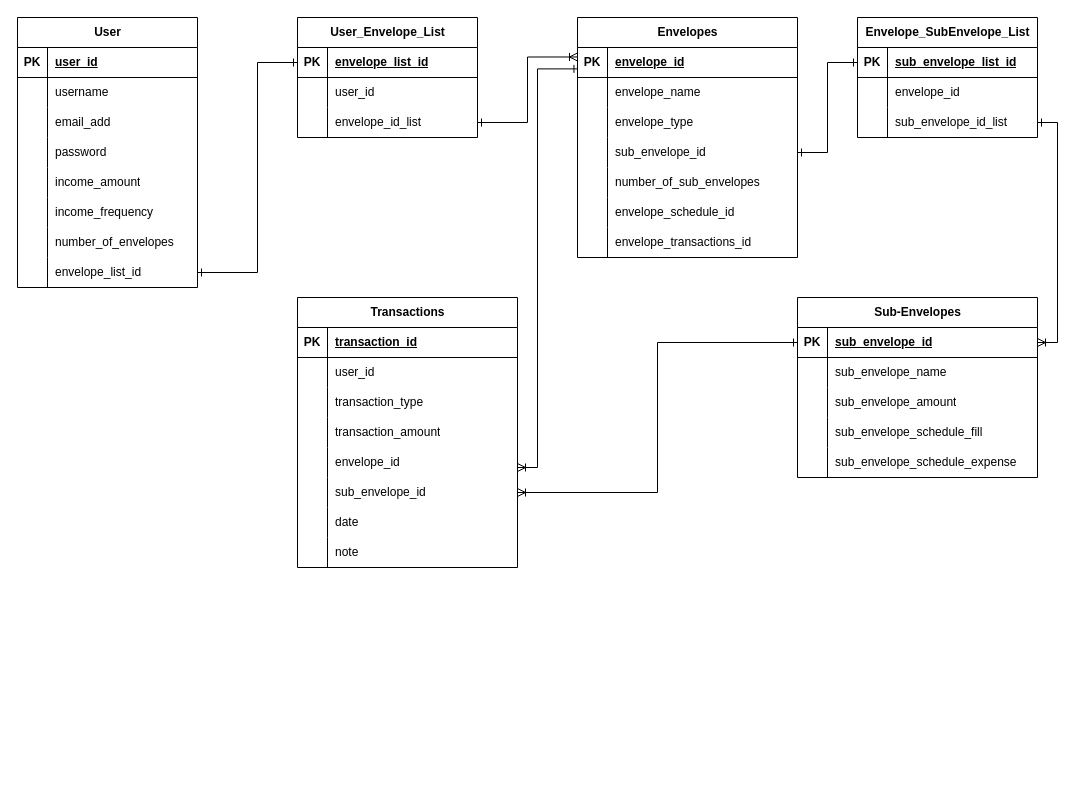
The draw.io diagram ChiBao_v1.drawio in mawi-delosreyes/Trakua, before the edit. Source tidied: cells renumbered, new cells numbered last; positions are measured from the earlier drawing's top-left corner, leaving out a move shared by most shapes. Both pictures are drawn from the tidied source at 100%, with x=0, y=0 at pixel (17, 17).
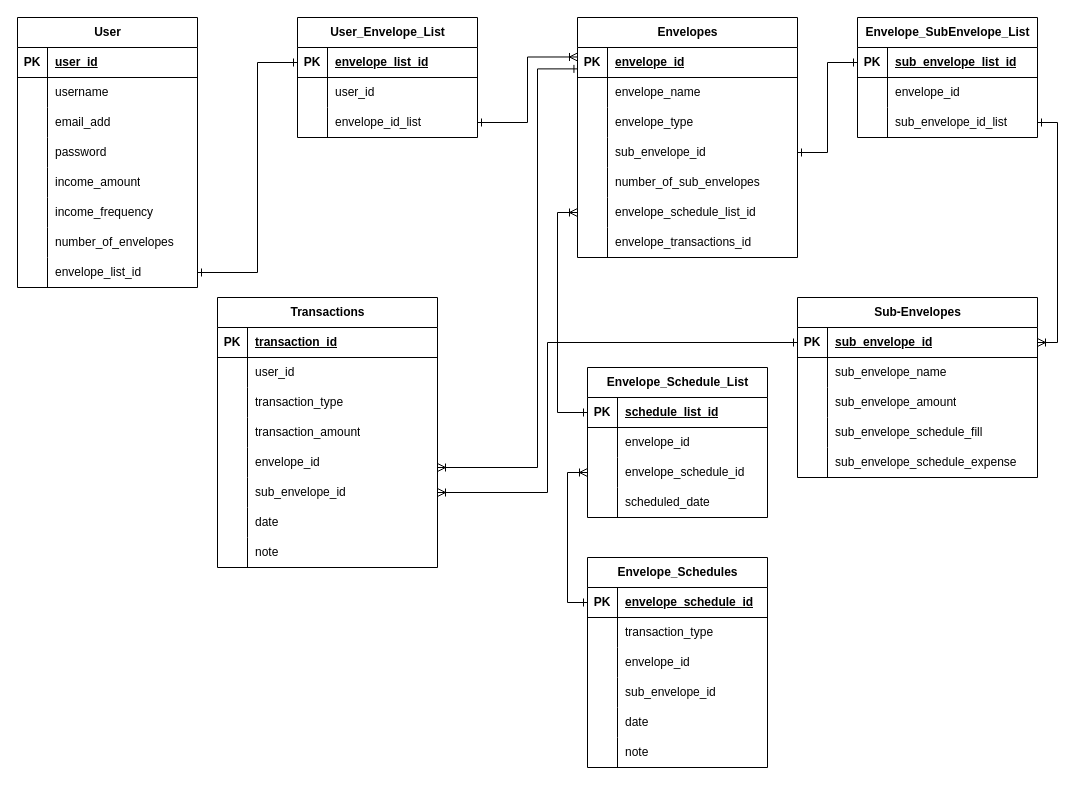
After the change.

Commit message:
Added Scheduled Transaction table

The change refers to these unchanged cells:
```xml
<mxCell id="28" style="shape=tableRow;horizontal=0;startSize=0;swimlaneHead=0;swimlaneBody=0;fillColor=none;points=[[0,0.5],[1,0.5]];portConstraint=eastwest;top=0;left=0;right=0;bottom=1;" parent="27" vertex="1">
  <mxGeometry y="30" width="220" height="30" as="geometry" />
</mxCell>
<mxCell id="43" style="shape=tableRow;horizontal=0;startSize=0;swimlaneHead=0;swimlaneBody=0;fillColor=none;points=[[0,0.5],[1,0.5]];portConstraint=eastwest;top=0;left=0;right=0;bottom=0;" parent="27" vertex="1">
  <mxGeometry y="180" width="220" height="30" as="geometry" />
</mxCell>
<mxCell id="50" style="shape=tableRow;horizontal=0;startSize=0;swimlaneHead=0;swimlaneBody=0;fillColor=none;points=[[0,0.5],[1,0.5]];portConstraint=eastwest;top=0;left=0;right=0;bottom=1;" parent="49" vertex="1">
  <mxGeometry y="30" width="240" height="30" as="geometry" />
</mxCell>
<mxCell id="81" style="shape=tableRow;horizontal=0;startSize=0;swimlaneHead=0;swimlaneBody=0;fillColor=none;points=[[0,0.5],[1,0.5]];portConstraint=eastwest;top=0;left=0;right=0;bottom=0;" parent="65" vertex="1">
  <mxGeometry y="180" width="220" height="30" as="geometry" />
</mxCell>
```

Change to the diagram source:
```diff
@@
-    <mxCell id="45" value="envelope_schedule_id" style="shape=partialRectangle;fillColor=none;top=0;left=0;bottom=0;right=0;align=left;spacingLeft=6;overflow=hidden;whiteSpace=wrap;html=1;" parent="43" vertex="1">
+    <mxCell id="45" value="envelope_schedule_list_id" style="shape=partialRectangle;fillColor=none;top=0;left=0;bottom=0;right=0;align=left;spacingLeft=6;overflow=hidden;whiteSpace=wrap;html=1;" parent="43" vertex="1">
       <mxGeometry x="30" width="190" height="30" as="geometry" />
     </mxCell>
@@
     <mxCell id="65" value="Transactions" style="shape=table;startSize=30;childLayout=tableLayout;rowLines=0;fontStyle=1;align=center;html=1;" parent="1" vertex="1">
-      <mxGeometry x="280" y="280" width="220" height="270" as="geometry" />
+      <mxGeometry x="200" y="280" width="220" height="270" as="geometry" />
     </mxCell>
@@
     <mxCell id="114" style="edgeStyle=orthogonalEdgeStyle;rounded=0;jettySize=auto;html=1;entryX=0.002;entryY=0.713;entryDx=0;entryDy=0;startArrow=ERoneToMany;startFill=0;endArrow=ERone;endFill=0;entryPerimeter=0;" parent="1" edge="1" target="28">
       <mxGeometry relative="1" as="geometry">
-        <mxPoint x="500" y="450" as="sourcePoint" />
+        <mxPoint x="420" y="450" as="sourcePoint" />
         <Array as="points">
           <mxPoint x="520" y="450" />
           <mxPoint x="520" y="51" />
         </Array>
       </mxGeometry>
     </mxCell>
     <mxCell id="115" style="edgeStyle=orthogonalEdgeStyle;rounded=0;jettySize=auto;html=1;entryX=0;entryY=0.5;entryDx=0;entryDy=0;endArrow=ERone;endFill=0;startArrow=ERoneToMany;startFill=0;" parent="1" edge="1" source="81" target="50">
-      <mxGeometry relative="1" as="geometry" />
+      <mxGeometry relative="1" as="geometry">
+        <Array as="points">
+          <mxPoint x="530" y="475" />
+          <mxPoint x="530" y="325" />
+        </Array>
+      </mxGeometry>
     </mxCell>
+    <mxCell id="116" value="Envelope_Schedule_List" style="shape=table;startSize=30;childLayout=tableLayout;rowLines=0;fontStyle=1;align=center;html=1;" parent="1" vertex="1">
+      <mxGeometry x="570" y="350" width="180" height="150" as="geometry" />
+    </mxCell>
+    <mxCell id="117" style="shape=tableRow;horizontal=0;startSize=0;swimlaneHead=0;swimlaneBody=0;fillColor=none;points=[[0,0.5],[1,0.5]];portConstraint=eastwest;top=0;left=0;right=0;bottom=1;" parent="116" vertex="1">
+      <mxGeometry y="30" width="180" height="30" as="geometry" />
+    </mxCell>
+    <mxCell id="118" value="PK" style="shape=partialRectangle;fillColor=none;top=0;left=0;bottom=0;right=0;fontStyle=1;overflow=hidden;whiteSpace=wrap;html=1;" parent="117" vertex="1">
+      <mxGeometry width="30" height="30" as="geometry" />
+    </mxCell>
+    <mxCell id="119" value="schedule_list_id" style="shape=partialRectangle;fillColor=none;top=0;left=0;bottom=0;right=0;align=left;spacingLeft=6;fontStyle=5;overflow=hidden;whiteSpace=wrap;html=1;" parent="117" vertex="1">
+      <mxGeometry x="30" width="150" height="30" as="geometry" />
+    </mxCell>
+    <mxCell id="120" style="shape=tableRow;horizontal=0;startSize=0;swimlaneHead=0;swimlaneBody=0;fillColor=none;top=0;left=0;right=0;bottom=0;" parent="116" vertex="1">
+      <mxGeometry y="60" width="180" height="30" as="geometry" />
+    </mxCell>
+    <mxCell id="121" style="shape=partialRectangle;fillColor=none;top=0;left=0;bottom=0;right=0;overflow=hidden;whiteSpace=wrap;html=1;" parent="120" vertex="1">
+      <mxGeometry width="30" height="30" as="geometry" />
+    </mxCell>
+    <mxCell id="122" value="envelope_id" style="shape=partialRectangle;fillColor=none;top=0;left=0;bottom=0;right=0;align=left;spacingLeft=6;overflow=hidden;whiteSpace=wrap;html=1;" parent="120" vertex="1">
+      <mxGeometry x="30" width="150" height="30" as="geometry" />
+    </mxCell>
+    <mxCell id="123" style="shape=tableRow;horizontal=0;startSize=0;swimlaneHead=0;swimlaneBody=0;fillColor=none;points=[[0,0.5],[1,0.5]];portConstraint=eastwest;top=0;left=0;right=0;bottom=0;" parent="116" vertex="1">
+      <mxGeometry y="90" width="180" height="30" as="geometry" />
+    </mxCell>
+    <mxCell id="124" style="shape=partialRectangle;fillColor=none;top=0;left=0;bottom=0;right=0;overflow=hidden;whiteSpace=wrap;html=1;" parent="123" vertex="1">
+      <mxGeometry width="30" height="30" as="geometry" />
+    </mxCell>
+    <mxCell id="125" value="envelope_schedule_id" style="shape=partialRectangle;fillColor=none;top=0;left=0;bottom=0;right=0;align=left;spacingLeft=6;overflow=hidden;whiteSpace=wrap;html=1;" parent="123" vertex="1">
+      <mxGeometry x="30" width="150" height="30" as="geometry" />
+    </mxCell>
+    <mxCell id="126" style="shape=tableRow;horizontal=0;startSize=0;swimlaneHead=0;swimlaneBody=0;fillColor=none;top=0;left=0;right=0;bottom=0;" parent="116" vertex="1">
+      <mxGeometry y="120" width="180" height="30" as="geometry" />
+    </mxCell>
+    <mxCell id="127" style="shape=partialRectangle;fillColor=none;top=0;left=0;bottom=0;right=0;overflow=hidden;whiteSpace=wrap;html=1;" parent="126" vertex="1">
+      <mxGeometry width="30" height="30" as="geometry" />
+    </mxCell>
+    <mxCell id="128" value="scheduled_date" style="shape=partialRectangle;fillColor=none;top=0;left=0;bottom=0;right=0;align=left;spacingLeft=6;overflow=hidden;whiteSpace=wrap;html=1;" parent="126" vertex="1">
+      <mxGeometry x="30" width="150" height="30" as="geometry" />
+    </mxCell>
+    <mxCell id="129" style="edgeStyle=orthogonalEdgeStyle;rounded=0;jettySize=auto;html=1;entryX=0;entryY=0.5;entryDx=0;entryDy=0;startArrow=ERoneToMany;startFill=0;endArrow=ERone;endFill=0;" parent="1" edge="1" source="43" target="117">
+      <mxGeometry relative="1" as="geometry" />
+    </mxCell>
+    <mxCell id="130" value="Envelope_Schedules" style="shape=table;startSize=30;childLayout=tableLayout;rowLines=0;fontStyle=1;align=center;html=1;" parent="1" vertex="1">
+      <mxGeometry x="570" y="540" width="180" height="210" as="geometry" />
+    </mxCell>
+    <mxCell id="131" style="shape=tableRow;horizontal=0;startSize=0;swimlaneHead=0;swimlaneBody=0;fillColor=none;points=[[0,0.5],[1,0.5]];portConstraint=eastwest;top=0;left=0;right=0;bottom=1;" parent="130" vertex="1">
+      <mxGeometry y="30" width="180" height="30" as="geometry" />
+    </mxCell>
+    <mxCell id="132" value="PK" style="shape=partialRectangle;fillColor=none;top=0;left=0;bottom=0;right=0;fontStyle=1;overflow=hidden;whiteSpace=wrap;html=1;" parent="131" vertex="1">
+      <mxGeometry width="30" height="30" as="geometry" />
+    </mxCell>
+    <mxCell id="133" value="envelope_schedule_id" style="shape=partialRectangle;fillColor=none;top=0;left=0;bottom=0;right=0;align=left;spacingLeft=6;fontStyle=5;overflow=hidden;whiteSpace=wrap;html=1;" parent="131" vertex="1">
+      <mxGeometry x="30" width="150" height="30" as="geometry" />
+    </mxCell>
+    <mxCell id="134" style="shape=tableRow;horizontal=0;startSize=0;swimlaneHead=0;swimlaneBody=0;fillColor=none;top=0;left=0;right=0;bottom=0;" parent="130" vertex="1">
+      <mxGeometry y="60" width="180" height="30" as="geometry" />
+    </mxCell>
+    <mxCell id="135" style="shape=partialRectangle;fillColor=none;top=0;left=0;bottom=0;right=0;overflow=hidden;whiteSpace=wrap;html=1;" parent="134" vertex="1">
+      <mxGeometry width="30" height="30" as="geometry" />
+    </mxCell>
+    <mxCell id="136" value="transaction_type" style="shape=partialRectangle;fillColor=none;top=0;left=0;bottom=0;right=0;align=left;spacingLeft=6;overflow=hidden;whiteSpace=wrap;html=1;" parent="134" vertex="1">
+      <mxGeometry x="30" width="150" height="30" as="geometry" />
+    </mxCell>
+    <mxCell id="137" style="shape=tableRow;horizontal=0;startSize=0;swimlaneHead=0;swimlaneBody=0;fillColor=none;top=0;left=0;right=0;bottom=0;" parent="130" vertex="1">
+      <mxGeometry y="90" width="180" height="30" as="geometry" />
+    </mxCell>
+    <mxCell id="138" style="shape=partialRectangle;fillColor=none;top=0;left=0;bottom=0;right=0;overflow=hidden;whiteSpace=wrap;html=1;" parent="137" vertex="1">
+      <mxGeometry width="30" height="30" as="geometry" />
+    </mxCell>
+    <mxCell id="139" value="envelope_id" style="shape=partialRectangle;fillColor=none;top=0;left=0;bottom=0;right=0;align=left;spacingLeft=6;overflow=hidden;whiteSpace=wrap;html=1;" parent="137" vertex="1">
+      <mxGeometry x="30" width="150" height="30" as="geometry" />
+    </mxCell>
+    <mxCell id="140" style="shape=tableRow;horizontal=0;startSize=0;swimlaneHead=0;swimlaneBody=0;fillColor=none;top=0;left=0;right=0;bottom=0;" parent="130" vertex="1">
+      <mxGeometry y="120" width="180" height="30" as="geometry" />
+    </mxCell>
+    <mxCell id="141" style="shape=partialRectangle;fillColor=none;top=0;left=0;bottom=0;right=0;overflow=hidden;whiteSpace=wrap;html=1;" parent="140" vertex="1">
+      <mxGeometry width="30" height="30" as="geometry" />
+    </mxCell>
+    <mxCell id="142" value="sub_envelope_id" style="shape=partialRectangle;fillColor=none;top=0;left=0;bottom=0;right=0;align=left;spacingLeft=6;overflow=hidden;whiteSpace=wrap;html=1;" parent="140" vertex="1">
+      <mxGeometry x="30" width="150" height="30" as="geometry" />
+    </mxCell>
+    <mxCell id="143" style="shape=tableRow;horizontal=0;startSize=0;swimlaneHead=0;swimlaneBody=0;fillColor=none;top=0;left=0;right=0;bottom=0;" parent="130" vertex="1">
+      <mxGeometry y="150" width="180" height="30" as="geometry" />
+    </mxCell>
+    <mxCell id="144" style="shape=partialRectangle;fillColor=none;top=0;left=0;bottom=0;right=0;overflow=hidden;whiteSpace=wrap;html=1;" parent="143" vertex="1">
+      <mxGeometry width="30" height="30" as="geometry" />
+    </mxCell>
+    <mxCell id="145" value="date" style="shape=partialRectangle;fillColor=none;top=0;left=0;bottom=0;right=0;align=left;spacingLeft=6;overflow=hidden;whiteSpace=wrap;html=1;" parent="143" vertex="1">
+      <mxGeometry x="30" width="150" height="30" as="geometry" />
+    </mxCell>
+    <mxCell id="146" style="shape=tableRow;horizontal=0;startSize=0;swimlaneHead=0;swimlaneBody=0;fillColor=none;top=0;left=0;right=0;bottom=0;" parent="130" vertex="1">
+      <mxGeometry y="180" width="180" height="30" as="geometry" />
+    </mxCell>
+    <mxCell id="147" style="shape=partialRectangle;fillColor=none;top=0;left=0;bottom=0;right=0;overflow=hidden;whiteSpace=wrap;html=1;" parent="146" vertex="1">
+      <mxGeometry width="30" height="30" as="geometry" />
+    </mxCell>
+    <mxCell id="148" value="note" style="shape=partialRectangle;fillColor=none;top=0;left=0;bottom=0;right=0;align=left;spacingLeft=6;overflow=hidden;whiteSpace=wrap;html=1;" parent="146" vertex="1">
+      <mxGeometry x="30" width="150" height="30" as="geometry" />
+    </mxCell>
+    <mxCell id="149" style="edgeStyle=orthogonalEdgeStyle;rounded=0;jettySize=auto;html=1;entryX=0;entryY=0.5;entryDx=0;entryDy=0;endArrow=ERone;endFill=0;startArrow=ERoneToMany;startFill=0;" parent="1" edge="1" source="123" target="131">
+      <mxGeometry relative="1" as="geometry" />
+    </mxCell>
```
